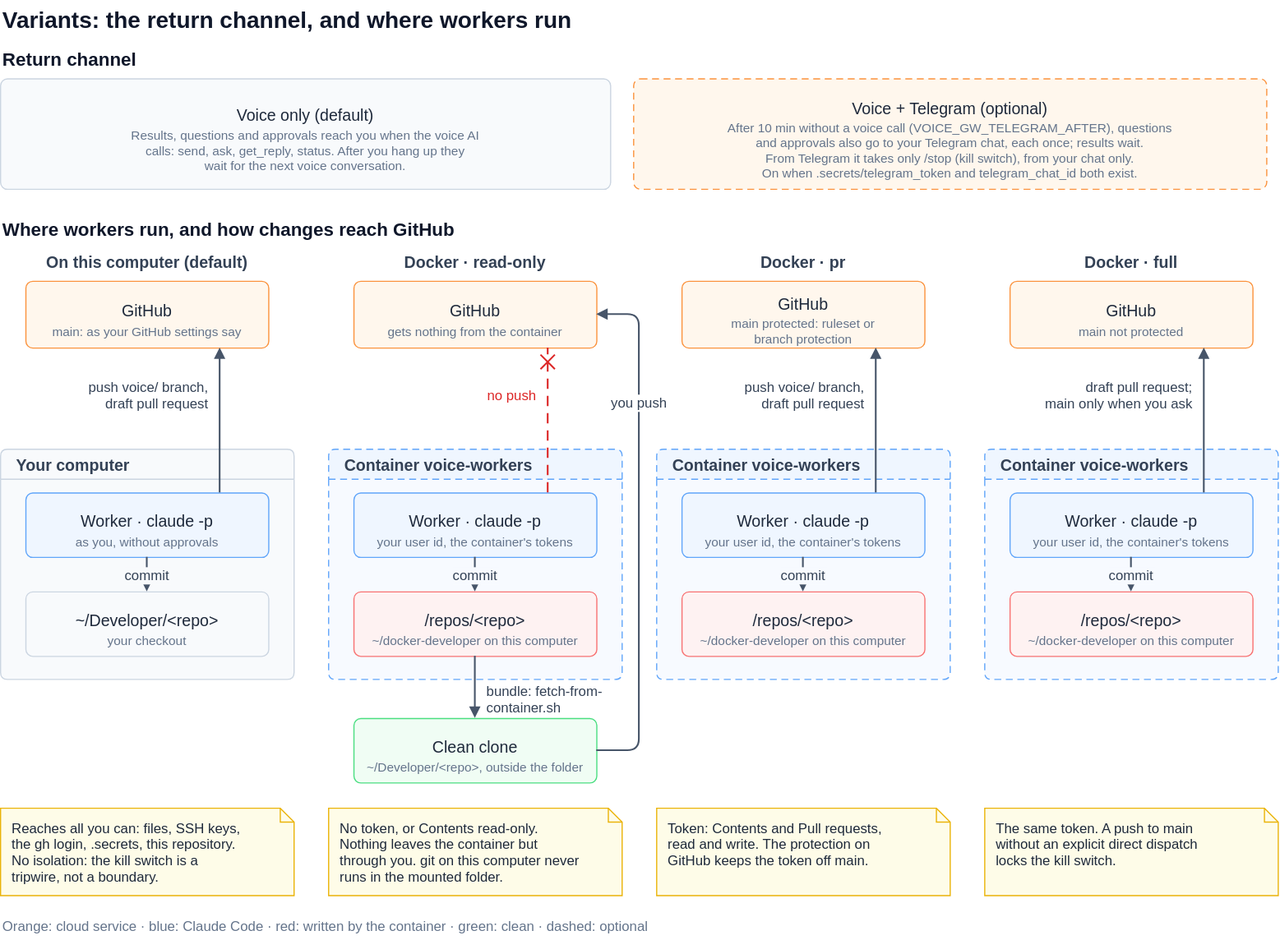
alderg/cc-voice-gateway keeps this draw.io diagram as docs/variants.drawio.svg. Above is the earlier version. Source tidied: cells renumbered, new cells last; positions are measured from the earlier drawing's top-left corner, leaving out a move shared by most shapes.
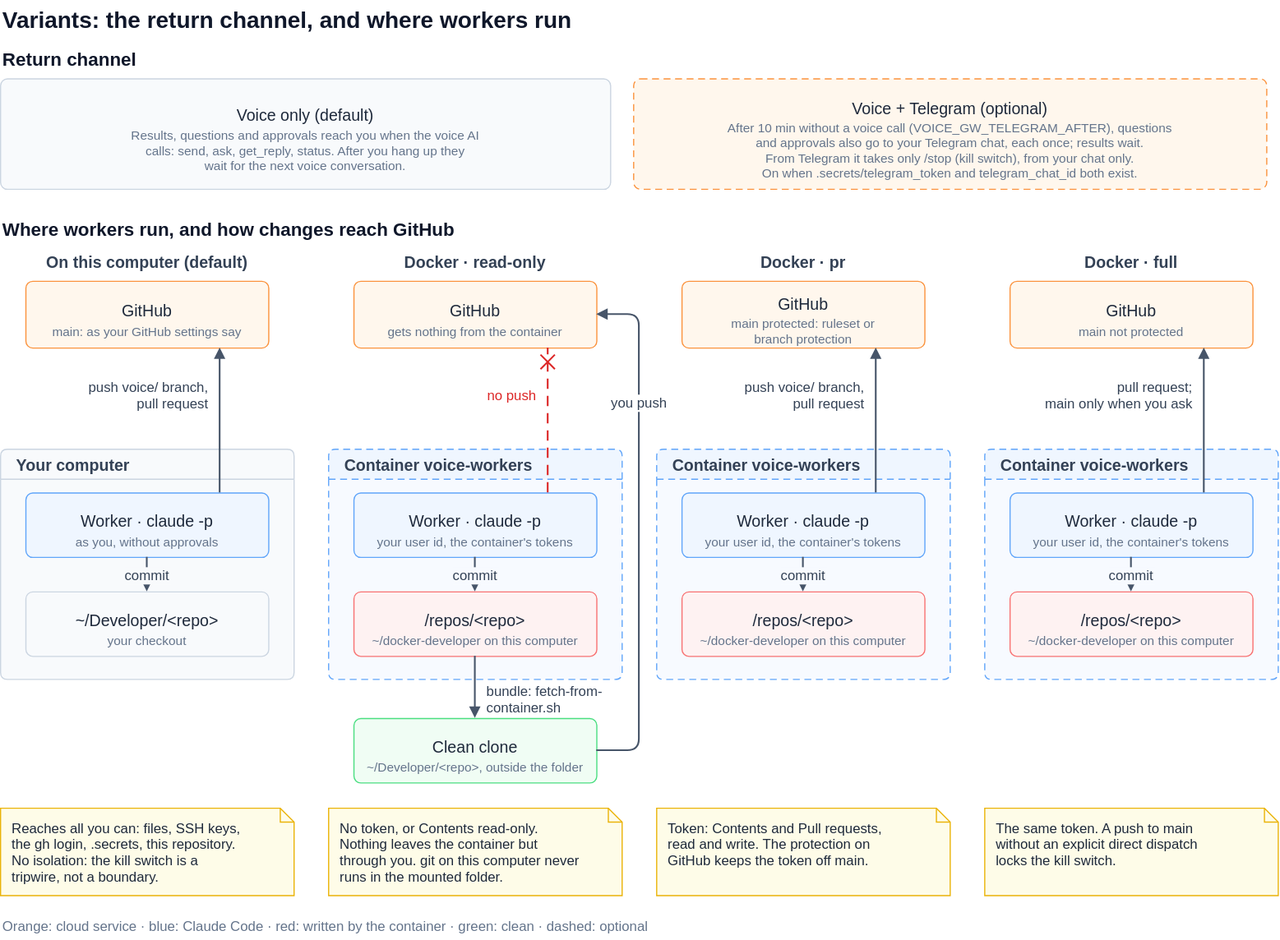
Later version of the same file.

Commit message:
Docs: pull requests ready for review by default, and VOICE_GW_PR_DRAFT

Change to the diagram source:
```diff
@@ -131,17 +131,17 @@
     <mxCell id="44" value="commit" style="edgeStyle=none;rounded=1;html=0;endArrow=block;endFill=1;startArrow=none;strokeColor=#475569;strokeWidth=1.5;fontSize=12;fontColor=#334155;labelBackgroundColor=#F7FAFF;exitX=0.5;exitY=1;exitDx=0;exitDy=0;entryX=0.5;entryY=0;entryDx=0;entryDy=0;endSize=6;" parent="1" edge="1" source="40" target="42">
       <mxGeometry relative="1" as="geometry" />
     </mxCell>
-    <mxCell id="45" value="push voice/ branch,&#10;draft pull request" style="edgeStyle=none;rounded=1;html=0;endArrow=block;endFill=1;startArrow=none;strokeColor=#475569;strokeWidth=1.5;fontSize=12;fontColor=#334155;labelBackgroundColor=none;exitX=0.8;exitY=0;exitDx=0;exitDy=0;entryX=0.8;entryY=1;entryDx=0;entryDy=0;endSize=6;align=right;" parent="1" edge="1" source="13" target="10">
+    <mxCell id="45" value="push voice/ branch,&#10;pull request" style="edgeStyle=none;rounded=1;html=0;endArrow=block;endFill=1;startArrow=none;strokeColor=#475569;strokeWidth=1.5;fontSize=12;fontColor=#334155;labelBackgroundColor=none;exitX=0.8;exitY=0;exitDx=0;exitDy=0;entryX=0.8;entryY=1;entryDx=0;entryDy=0;endSize=6;align=right;" parent="1" edge="1" source="13" target="10">
       <mxGeometry x="0.35" relative="1" as="geometry">
         <mxPoint x="-8" as="offset" />
       </mxGeometry>
     </mxCell>
-    <mxCell id="46" value="push voice/ branch,&#10;draft pull request" style="edgeStyle=none;rounded=1;html=0;endArrow=block;endFill=1;startArrow=none;strokeColor=#475569;strokeWidth=1.5;fontSize=12;fontColor=#334155;labelBackgroundColor=none;exitX=0.8;exitY=0;exitDx=0;exitDy=0;entryX=0.8;entryY=1;entryDx=0;entryDy=0;endSize=6;align=right;" parent="1" edge="1" source="31" target="28">
+    <mxCell id="46" value="push voice/ branch,&#10;pull request" style="edgeStyle=none;rounded=1;html=0;endArrow=block;endFill=1;startArrow=none;strokeColor=#475569;strokeWidth=1.5;fontSize=12;fontColor=#334155;labelBackgroundColor=none;exitX=0.8;exitY=0;exitDx=0;exitDy=0;entryX=0.8;entryY=1;entryDx=0;entryDy=0;endSize=6;align=right;" parent="1" edge="1" source="31" target="28">
       <mxGeometry x="0.35" relative="1" as="geometry">
         <mxPoint x="-8" as="offset" />
       </mxGeometry>
     </mxCell>
-    <mxCell id="47" value="draft pull request;&#10;main only when you ask" style="edgeStyle=none;rounded=1;html=0;endArrow=block;endFill=1;startArrow=none;strokeColor=#475569;strokeWidth=1.5;fontSize=12;fontColor=#334155;labelBackgroundColor=none;exitX=0.8;exitY=0;exitDx=0;exitDy=0;entryX=0.8;entryY=1;entryDx=0;entryDy=0;endSize=6;align=right;" parent="1" edge="1" source="40" target="37">
+    <mxCell id="47" value="pull request;&#10;main only when you ask" style="edgeStyle=none;rounded=1;html=0;endArrow=block;endFill=1;startArrow=none;strokeColor=#475569;strokeWidth=1.5;fontSize=12;fontColor=#334155;labelBackgroundColor=none;exitX=0.8;exitY=0;exitDx=0;exitDy=0;entryX=0.8;entryY=1;entryDx=0;entryDy=0;endSize=6;align=right;" parent="1" edge="1" source="40" target="37">
       <mxGeometry x="0.35" relative="1" as="geometry">
         <mxPoint x="-8" as="offset" />
       </mxGeometry>
```
